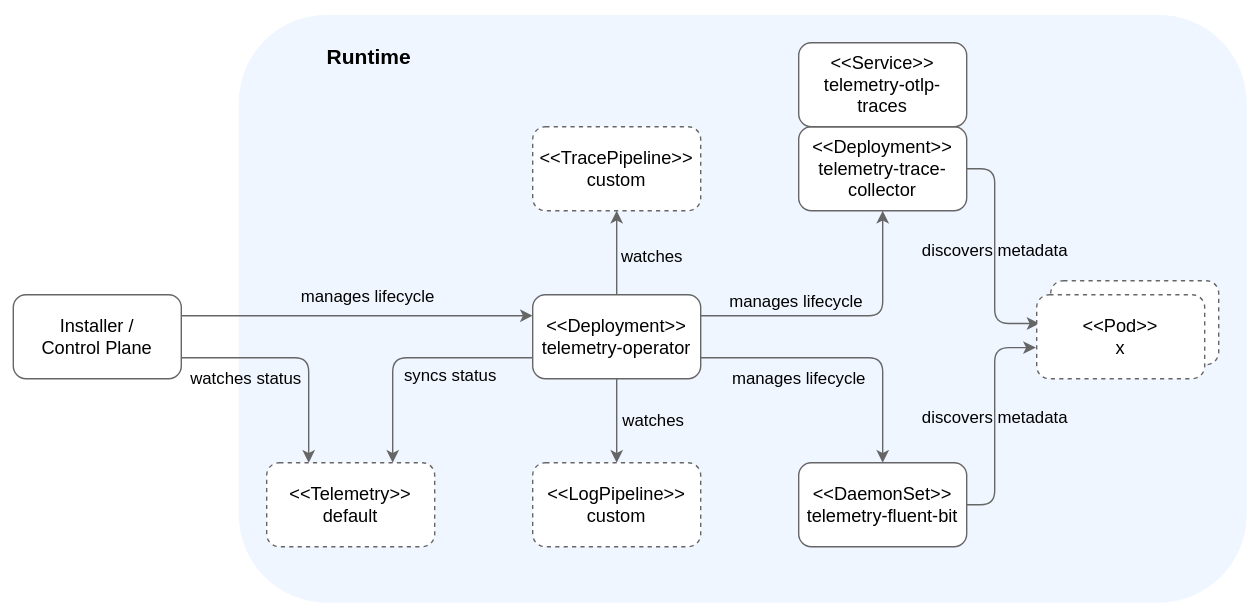
Earlier version of the draw.io export docs/user/assets/manager-lifecycle.drawio.svg (kyma-project/telemetry-manager). Source tidied: cells renumbered, new cells last; positions are measured from the earlier drawing's top-left corner, leaving out a move shared by most shapes.
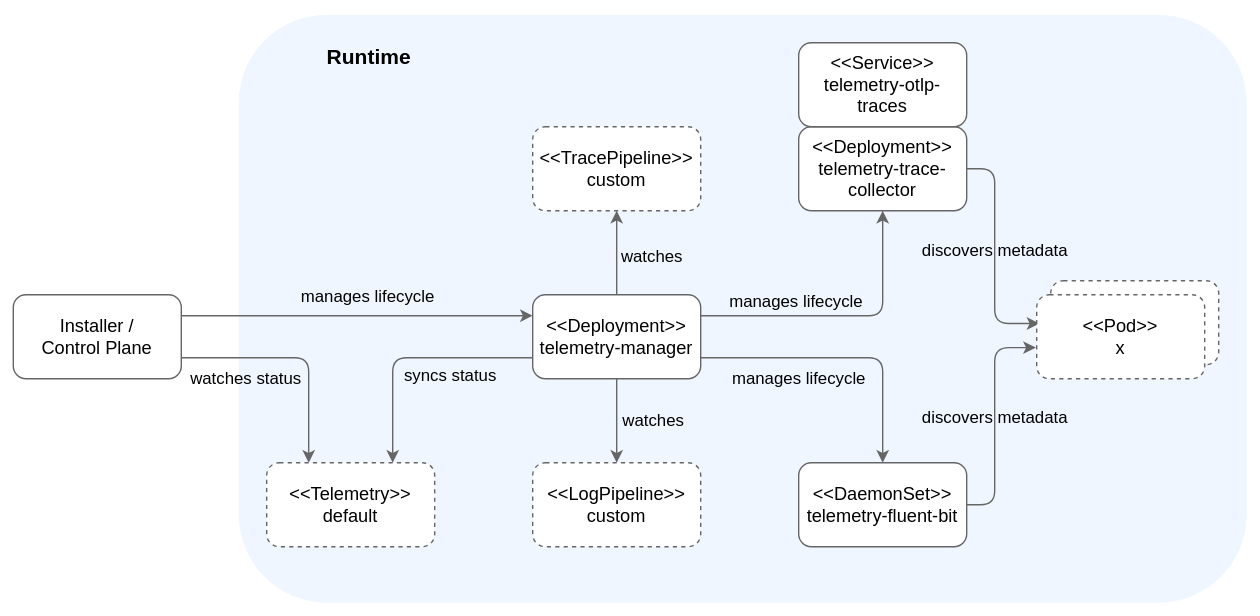
After the commit.

The edit, as a diff of the source:
```diff
@@ -40,7 +40,7 @@
         <mxPoint x="25" y="-1" as="offset" />
       </mxGeometry>
     </mxCell>
-    <mxCell id="12" value="&amp;lt;&amp;lt;Deployment&amp;gt;&amp;gt;&lt;br style=&quot;font-size: 13px;&quot;&gt;telemetry-operator" style="rounded=1;whiteSpace=wrap;html=1;strokeColor=#666666;fontSize=13;" parent="1" vertex="1">
+    <mxCell id="12" value="&amp;lt;&amp;lt;Deployment&amp;gt;&amp;gt;&lt;br style=&quot;font-size: 13px;&quot;&gt;telemetry-manager" style="rounded=1;whiteSpace=wrap;html=1;strokeColor=#666666;fontSize=13;" parent="1" vertex="1">
       <mxGeometry x="380" y="210" width="120" height="60" as="geometry" />
     </mxCell>
     <mxCell id="13" value="&amp;lt;&amp;lt;Pod&amp;gt;&amp;gt;&lt;br&gt;all" style="rounded=1;whiteSpace=wrap;html=1;dashed=1;strokeColor=#666666;" parent="1" vertex="1">
```
